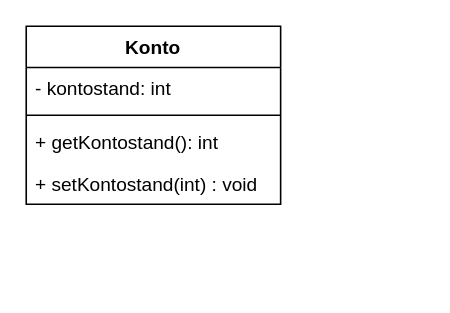
This is 02a_CodeLab_I/classdiagram.drawio from Simon-Po/oop, a draw.io file, before an edit. Source tidied: cells renumbered, new cells numbered last; positions are measured from the earlier drawing's top-left corner, leaving out a move shared by most shapes. Both pictures are drawn from the tidied source at 159%, with x=0, y=0 at pixel (25, 25).
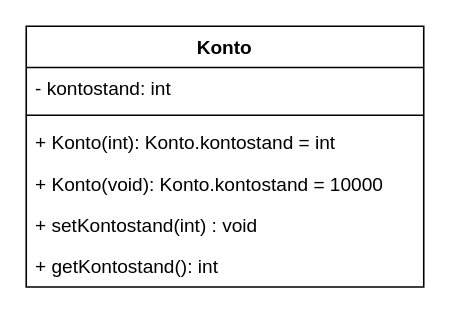
After the change.

Diff of the diagram source:
```diff
@@
 <mxGraphModel>
   <root>
     <mxCell id="0" />
     <mxCell id="1" parent="0" />
     <mxCell id="2" value="Konto" style="swimlane;fontStyle=1;align=center;verticalAlign=top;horizontal=1;startSize=26;" parent="1" vertex="1">
-      <mxGeometry width="160" height="112" as="geometry" />
+      <mxGeometry width="250" height="164" as="geometry" />
     </mxCell>
     <mxCell id="3" value="- kontostand: int" style="text;strokeColor=none;fillColor=none;align=left;verticalAlign=top;spacingLeft=4;spacingRight=4;overflow=hidden;" parent="2" vertex="1">
-      <mxGeometry y="26" width="160" height="26" as="geometry" />
+      <mxGeometry y="26" width="250" height="26" as="geometry" />
     </mxCell>
     <mxCell id="4" style="line;strokeWidth=1;fillColor=none;align=left;verticalAlign=middle;spacingTop=-1;spacingLeft=3;spacingRight=3;labelPosition=right;" parent="2" vertex="1">
-      <mxGeometry y="52" width="160" height="8" as="geometry" />
+      <mxGeometry y="52" width="250" height="8" as="geometry" />
     </mxCell>
-    <mxCell id="5" value="+ getKontostand(): int" style="text;strokeColor=none;fillColor=none;align=left;verticalAlign=top;spacingLeft=4;spacingRight=4;overflow=hidden;" parent="2" vertex="1">
-      <mxGeometry y="60" width="160" height="26" as="geometry" />
+    <mxCell id="5" value="+ Konto(int): Konto.kontostand = int" style="text;strokeColor=none;fillColor=none;align=left;verticalAlign=top;spacingLeft=4;spacingRight=4;overflow=hidden;" parent="2" vertex="1">
+      <mxGeometry y="60" width="250" height="26" as="geometry" />
     </mxCell>
+    <mxCell id="7" value="+ Konto(void): Konto.kontostand = 10000" style="text;strokeColor=none;fillColor=none;align=left;verticalAlign=top;spacingLeft=4;spacingRight=4;overflow=hidden;" parent="2" vertex="1">
+      <mxGeometry y="86" width="250" height="26" as="geometry" />
+    </mxCell>
     <mxCell id="6" value="+ setKontostand(int) : void" style="text;strokeColor=none;fillColor=none;align=left;verticalAlign=top;spacingLeft=4;spacingRight=4;overflow=hidden;" parent="2" vertex="1">
-      <mxGeometry y="86" width="160" height="26" as="geometry" />
+      <mxGeometry y="112" width="250" height="26" as="geometry" />
     </mxCell>
+    <mxCell id="8" value="+ getKontostand(): int" style="text;strokeColor=none;fillColor=none;align=left;verticalAlign=top;spacingLeft=4;spacingRight=4;overflow=hidden;" parent="2" vertex="1">
+      <mxGeometry y="138" width="250" height="26" as="geometry" />
+    </mxCell>
   </root>
 </mxGraphModel>
```
